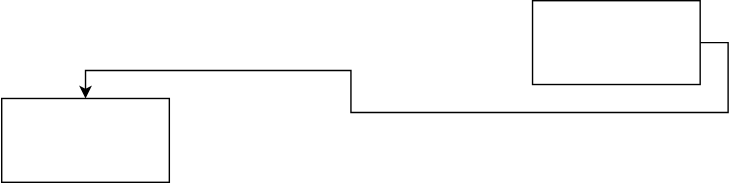
Before: Docs/Test.drawio.svg, a diagram exported from draw.io (Aylaner/V7Docs2). Source tidied: cells renumbered, new cells last; positions are measured from the earlier drawing's top-left corner, leaving out a move shared by most shapes.
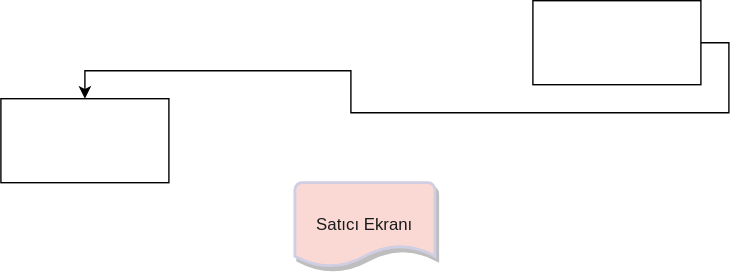
The same diagram one commit later.

Diff of the diagram source:
```diff
@@ -11,5 +11,8 @@
     <mxCell id="4" style="rounded=0;whiteSpace=wrap;html=1;" parent="1" vertex="1">
       <mxGeometry y="70" width="120" height="60" as="geometry" />
     </mxCell>
+    <mxCell id="5" value="Satıcı Ekranı" style="strokeWidth=2;html=1;shape=mxgraph.flowchart.document2;whiteSpace=wrap;size=0.25;fillColor=#FAD9D5;strokeColor=#D0CEE2;fontColor=#1A1A1A;shadow=1;" parent="1" vertex="1">
+      <mxGeometry x="210" y="130" width="100" height="60" as="geometry" />
+    </mxCell>
   </root>
 </mxGraphModel>
```
